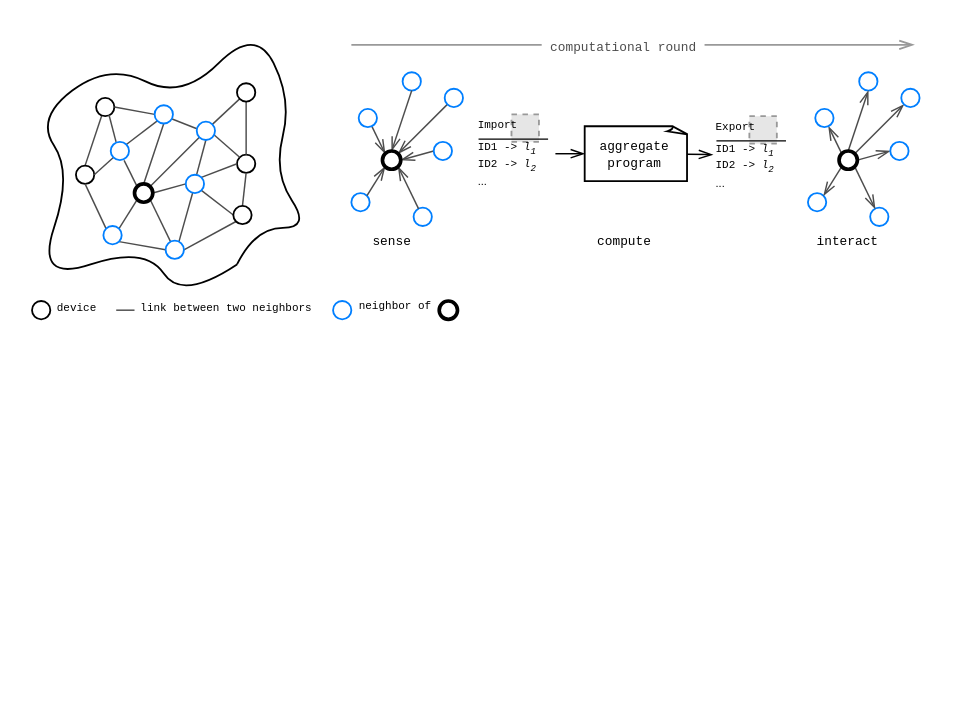
tassiluca/scafi3-mp-api-thesis keeps this draw.io diagram as page "aggregate" (5 of 6) of resources/schemas/all-schemas.drawio. Above is the earlier version. Source tidied: cells renumbered, new cells numbered last; positions are measured from the earlier drawing's top-left corner, leaving out a move shared by most shapes. Both pictures are drawn from the tidied source at 183%, with x=0, y=0 at pixel (31, 26). Pictures stored in the file or linked from it are replaced by grey dashed boxes.
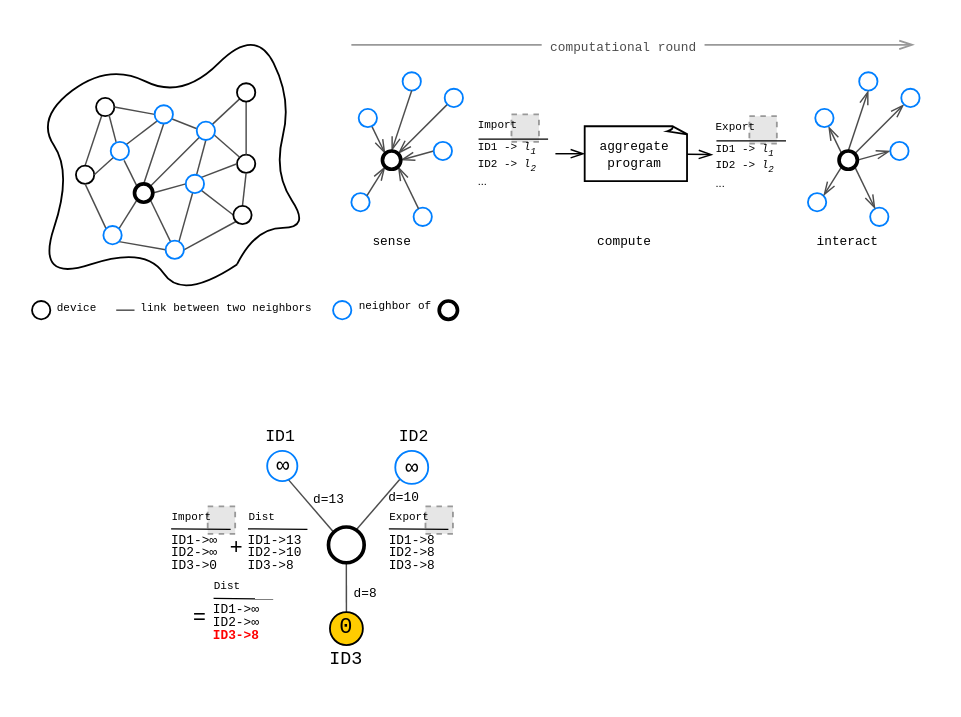
The same diagram, later.

Change to the diagram source:
```diff
@@
+    <mxCell id="87" style="rounded=0;jettySize=auto;html=1;exitX=0;exitY=0;exitDx=0;exitDy=0;entryX=0.702;entryY=0.951;entryDx=0;entryDy=0;endArrow=none;endFill=0;strokeColor=#4D4D4D;strokeWidth=0.8;startArrow=none;startFill=0;entryPerimeter=0;" parent="1" edge="1" source="94" target="93">
+      <mxGeometry relative="1" as="geometry" />
+    </mxCell>
+    <mxCell id="88" value="&lt;pre style=&quot;line-height: 0%;&quot;&gt;&lt;font style=&quot;font-size: 7px;&quot;&gt;d=13&lt;/font&gt;&lt;/pre&gt;" style="edgeLabel;html=1;align=center;verticalAlign=middle;labelBackgroundColor=none;" parent="87" vertex="1">
+      <mxGeometry x="0.18" y="-1" relative="1" as="geometry">
+        <mxPoint x="10" y="-2" as="offset" />
+      </mxGeometry>
+    </mxCell>
+    <mxCell id="89" style="rounded=0;jettySize=auto;html=1;exitX=0.5;exitY=0;exitDx=0;exitDy=0;endArrow=none;endFill=0;strokeColor=#4D4D4D;entryX=0.5;entryY=1;entryDx=0;entryDy=0;strokeWidth=0.8;startArrow=none;startFill=0;" parent="1" edge="1" source="95" target="94">
+      <mxGeometry relative="1" as="geometry" />
+    </mxCell>
+    <mxCell id="90" value="&lt;pre style=&quot;line-height: 0%;&quot;&gt;&lt;font style=&quot;font-size: 7px;&quot;&gt;d=8&lt;/font&gt;&lt;/pre&gt;" style="edgeLabel;html=1;align=center;verticalAlign=middle;labelBackgroundColor=none;" parent="89" vertex="1">
+      <mxGeometry x="-0.16" y="-1" relative="1" as="geometry">
+        <mxPoint x="9" as="offset" />
+      </mxGeometry>
+    </mxCell>
+    <mxCell id="91" style="rounded=0;jettySize=auto;html=1;exitX=0;exitY=1;exitDx=0;exitDy=0;entryX=0.743;entryY=0.119;entryDx=0;entryDy=0;endArrow=none;endFill=0;strokeColor=#4D4D4D;strokeWidth=0.8;entryPerimeter=0;startArrow=none;startFill=0;" parent="1" edge="1" source="92" target="94">
+      <mxGeometry relative="1" as="geometry" />
+    </mxCell>
+    <mxCell id="92" value="&lt;pre style=&quot;line-height: 0px;&quot;&gt;&lt;font face=&quot;monospace&quot; style=&quot;font-size: 12px;&quot;&gt;∞&lt;/font&gt;&lt;/pre&gt;" style="ellipse;whiteSpace=wrap;html=1;fillColor=none;strokeColor=#007FFF;" parent="1" vertex="1">
+      <mxGeometry x="198.5" y="231.9" width="18" height="18" as="geometry" />
+    </mxCell>
+    <mxCell id="93" value="&lt;pre style=&quot;line-height: 0px;&quot;&gt;&lt;font style=&quot;font-size: 12px;&quot;&gt;∞&lt;/font&gt;&lt;/pre&gt;" style="ellipse;whiteSpace=wrap;html=1;strokeColor=#007FFF;" parent="1" vertex="1">
+      <mxGeometry x="128.5" y="231.9" width="16.5" height="16.5" as="geometry" />
+    </mxCell>
+    <mxCell id="94" style="ellipse;whiteSpace=wrap;html=1;strokeWidth=2;" parent="1" vertex="1">
+      <mxGeometry x="162" y="273.5" width="19.5" height="19.5" as="geometry" />
+    </mxCell>
+    <mxCell id="95" value="&lt;pre&gt;0&lt;/pre&gt;" style="ellipse;whiteSpace=wrap;html=1;fillColor=#FFCC00;" parent="1" vertex="1">
+      <mxGeometry x="162.8" y="320" width="18" height="18" as="geometry" />
+    </mxCell>
+    <mxCell id="96" value="&lt;font face=&quot;monospace&quot; style=&quot;font-size: 9px;&quot;&gt;ID1&lt;/font&gt;" style="text;html=1;align=center;verticalAlign=middle;whiteSpace=wrap;rounded=0;" parent="1" vertex="1">
+      <mxGeometry x="105.5" y="207.9" width="60" height="30" as="geometry" />
+    </mxCell>
+    <mxCell id="97" value="&lt;font face=&quot;monospace&quot; style=&quot;font-size: 9px;&quot;&gt;ID2&lt;/font&gt;" style="text;html=1;align=center;verticalAlign=middle;whiteSpace=wrap;rounded=0;" parent="1" vertex="1">
+      <mxGeometry x="178.5" y="207.9" width="60" height="30" as="geometry" />
+    </mxCell>
+    <mxCell id="98" value="&lt;font face=&quot;monospace&quot; style=&quot;font-size: 10px;&quot;&gt;ID3&lt;/font&gt;" style="text;html=1;align=center;verticalAlign=middle;whiteSpace=wrap;rounded=0;" parent="1" vertex="1">
+      <mxGeometry x="141.5" y="330" width="60" height="30" as="geometry" />
+    </mxCell>
+    <mxCell id="99" value="&lt;pre style=&quot;line-height: 0%;&quot;&gt;&lt;span style=&quot;font-size: 7px;&quot;&gt;d=10&lt;/span&gt;&lt;/pre&gt;" style="edgeLabel;html=1;align=center;verticalAlign=middle;labelBackgroundColor=none;" parent="1" vertex="1">
+      <mxGeometry x="217.5" y="273.5" as="geometry">
+        <mxPoint x="-15" y="-17" as="offset" />
+      </mxGeometry>
+    </mxCell>
+    <mxCell id="100" style="fillColor=#E6E6E6;strokeColor=#999999;dashed=1;verticalLabelPosition=bottom;labelBackgroundColor=default;verticalAlign=top;" parent="1" vertex="1">
+      <mxGeometry x="96" y="262.2" width="15" height="15" as="geometry" />
+    </mxCell>
+    <mxCell id="101" value="&lt;pre&gt;&lt;font style=&quot;font-size: 6px;&quot;&gt;Import&lt;/font&gt;&lt;/pre&gt;" style="text;html=1;align=center;verticalAlign=middle;whiteSpace=wrap;rounded=0;" parent="1" vertex="1">
+      <mxGeometry x="76" y="262.2" width="23" height="10.2" as="geometry" />
+    </mxCell>
+    <mxCell id="102" value="&lt;pre style=&quot;line-height: 0%; font-size: 7px;&quot;&gt;&lt;font style=&quot;font-size: 7px;&quot;&gt;&lt;font style=&quot;font-size: 7px;&quot;&gt;ID1-&amp;gt;&lt;/font&gt;∞&lt;/font&gt;&lt;/pre&gt;&lt;pre style=&quot;line-height: 0%; font-size: 7px;&quot;&gt;&lt;font style=&quot;font-size: 7px;&quot;&gt;&lt;font style=&quot;font-size: 7px;&quot;&gt;ID2-&amp;gt;&lt;/font&gt;∞&lt;/font&gt;&lt;/pre&gt;&lt;pre style=&quot;line-height: 0%; font-size: 7px;&quot;&gt;&lt;font style=&quot;font-size: 7px;&quot;&gt;ID3-&amp;gt;0&lt;/font&gt;&lt;/pre&gt;" style="text;html=1;align=center;verticalAlign=middle;whiteSpace=wrap;rounded=0;" parent="1" vertex="1">
+      <mxGeometry x="73" y="272.2" width="32" height="30" as="geometry" />
+    </mxCell>
+    <mxCell id="103" style="endArrow=none;html=1;rounded=0;fontSize=10;strokeWidth=0.7;entryX=0.835;entryY=0.835;entryDx=0;entryDy=0;entryPerimeter=0;" parent="1" edge="1" target="100">
+      <mxGeometry relative="1" as="geometry">
+        <mxPoint x="76" y="274.5" as="sourcePoint" />
+      </mxGeometry>
+    </mxCell>
+    <mxCell id="104" value="&lt;pre&gt;&lt;font style=&quot;font-size: 6px;&quot;&gt;Dist&lt;/font&gt;&lt;/pre&gt;" style="text;html=1;align=center;verticalAlign=middle;whiteSpace=wrap;rounded=0;" parent="1" vertex="1">
+      <mxGeometry x="121" y="262.2" width="10" height="10.2" as="geometry" />
+    </mxCell>
+    <mxCell id="105" value="&lt;pre style=&quot;line-height: 0%; font-size: 7px;&quot;&gt;&lt;font style=&quot;font-size: 7px;&quot;&gt;&lt;font style=&quot;font-size: 7px;&quot;&gt;ID1-&amp;gt;13&lt;/font&gt;&lt;/font&gt;&lt;/pre&gt;&lt;pre style=&quot;line-height: 0%; font-size: 7px;&quot;&gt;&lt;font style=&quot;font-size: 7px;&quot;&gt;&lt;font style=&quot;font-size: 7px;&quot;&gt;ID2-&amp;gt;10&lt;/font&gt;&lt;/font&gt;&lt;/pre&gt;&lt;pre style=&quot;line-height: 0%; font-size: 7px;&quot;&gt;&lt;font style=&quot;font-size: 7px;&quot;&gt;ID3-&amp;gt;8 &lt;/font&gt;&lt;/pre&gt;" style="text;html=1;align=center;verticalAlign=middle;whiteSpace=wrap;rounded=0;" parent="1" vertex="1">
+      <mxGeometry x="117" y="272.2" width="32" height="30" as="geometry" />
+    </mxCell>
+    <mxCell id="106" style="endArrow=none;html=1;rounded=0;fontSize=10;strokeWidth=0.7;entryX=0.835;entryY=0.835;entryDx=0;entryDy=0;entryPerimeter=0;" parent="1" edge="1">
+      <mxGeometry relative="1" as="geometry">
+        <mxPoint x="118" y="274.5" as="sourcePoint" />
+        <mxPoint x="150.5" y="274.8" as="targetPoint" />
+      </mxGeometry>
+    </mxCell>
+    <mxCell id="107" value="+" style="text;html=1;align=center;verticalAlign=middle;whiteSpace=wrap;rounded=0;" parent="1" vertex="1">
+      <mxGeometry x="107" y="270.2" width="10" height="30" as="geometry" />
+    </mxCell>
+    <mxCell id="108" value="&lt;pre&gt;&lt;font style=&quot;font-size: 6px;&quot;&gt;Dist&lt;/font&gt;&lt;/pre&gt;" style="text;html=1;align=center;verticalAlign=middle;whiteSpace=wrap;rounded=0;" parent="1" vertex="1">
+      <mxGeometry x="102.2" y="300.2" width="10" height="10.2" as="geometry" />
+    </mxCell>
+    <mxCell id="109" value="&lt;pre style=&quot;line-height: 0%; font-size: 7px;&quot;&gt;&lt;font style=&quot;font-size: 7px;&quot;&gt;&lt;font style=&quot;font-size: 7px;&quot;&gt;ID1-&amp;gt;&lt;/font&gt;&lt;/font&gt;∞ &lt;/pre&gt;&lt;pre style=&quot;line-height: 0%; font-size: 7px;&quot;&gt;&lt;font style=&quot;font-size: 7px;&quot;&gt;&lt;font style=&quot;font-size: 7px;&quot;&gt;ID2-&amp;gt;&lt;/font&gt;&lt;/font&gt;∞ &lt;/pre&gt;&lt;pre style=&quot;line-height: 0%; font-size: 7px;&quot;&gt;&lt;font color=&quot;#ff0000&quot; style=&quot;font-size: 7px;&quot;&gt;&lt;b style=&quot;&quot;&gt;ID3-&amp;gt;8 &lt;/b&gt;&lt;/font&gt;&lt;/pre&gt;" style="text;html=1;align=center;verticalAlign=middle;whiteSpace=wrap;rounded=0;" parent="1" vertex="1">
+      <mxGeometry x="98.2" y="310.2" width="32" height="30" as="geometry" />
+    </mxCell>
+    <mxCell id="110" style="endArrow=none;html=1;rounded=0;fontSize=10;strokeWidth=0.7;entryX=0.835;entryY=0.835;entryDx=0;entryDy=0;entryPerimeter=0;" parent="1" edge="1">
+      <mxGeometry relative="1" as="geometry">
+        <mxPoint x="99.2" y="312.5" as="sourcePoint" />
+        <mxPoint x="131.8" y="312.8" as="targetPoint" />
+      </mxGeometry>
+    </mxCell>
+    <mxCell id="111" value="=" style="text;html=1;align=center;verticalAlign=middle;whiteSpace=wrap;rounded=0;" parent="1" vertex="1">
+      <mxGeometry x="88" y="308" width="8" height="30" as="geometry" />
+    </mxCell>
+    <mxCell id="112" style="fillColor=#E6E6E6;strokeColor=#999999;dashed=1;verticalLabelPosition=bottom;labelBackgroundColor=default;verticalAlign=top;" parent="1" vertex="1">
+      <mxGeometry x="215" y="262.2" width="15" height="15" as="geometry" />
+    </mxCell>
+    <mxCell id="113" value="&lt;pre&gt;&lt;font style=&quot;font-size: 6px;&quot;&gt;Export&lt;/font&gt;&lt;/pre&gt;" style="text;html=1;align=center;verticalAlign=middle;whiteSpace=wrap;rounded=0;" parent="1" vertex="1">
+      <mxGeometry x="195" y="262.2" width="23" height="10.2" as="geometry" />
+    </mxCell>
+    <mxCell id="114" value="&lt;pre style=&quot;line-height: 0%; font-size: 7px;&quot;&gt;&lt;font style=&quot;font-size: 7px;&quot;&gt;&lt;font style=&quot;font-size: 7px;&quot;&gt;ID1-&amp;gt;8&lt;/font&gt;&lt;/font&gt;&lt;/pre&gt;&lt;pre style=&quot;line-height: 0%; font-size: 7px;&quot;&gt;&lt;font style=&quot;font-size: 7px;&quot;&gt;&lt;font style=&quot;font-size: 7px;&quot;&gt;ID2-&amp;gt;8&lt;/font&gt;&lt;/font&gt;&lt;/pre&gt;&lt;pre style=&quot;line-height: 0%; font-size: 7px;&quot;&gt;&lt;font style=&quot;font-size: 7px;&quot;&gt;ID3-&amp;gt;8&lt;/font&gt;&lt;/pre&gt;" style="text;html=1;align=center;verticalAlign=middle;whiteSpace=wrap;rounded=0;" parent="1" vertex="1">
+      <mxGeometry x="192" y="272.2" width="32" height="30" as="geometry" />
+    </mxCell>
+    <mxCell id="115" style="endArrow=none;html=1;rounded=0;fontSize=10;strokeWidth=0.7;entryX=0.835;entryY=0.835;entryDx=0;entryDy=0;entryPerimeter=0;" parent="1" edge="1" target="112">
+      <mxGeometry relative="1" as="geometry">
+        <mxPoint x="195" y="274.5" as="sourcePoint" />
+      </mxGeometry>
+    </mxCell>
```
